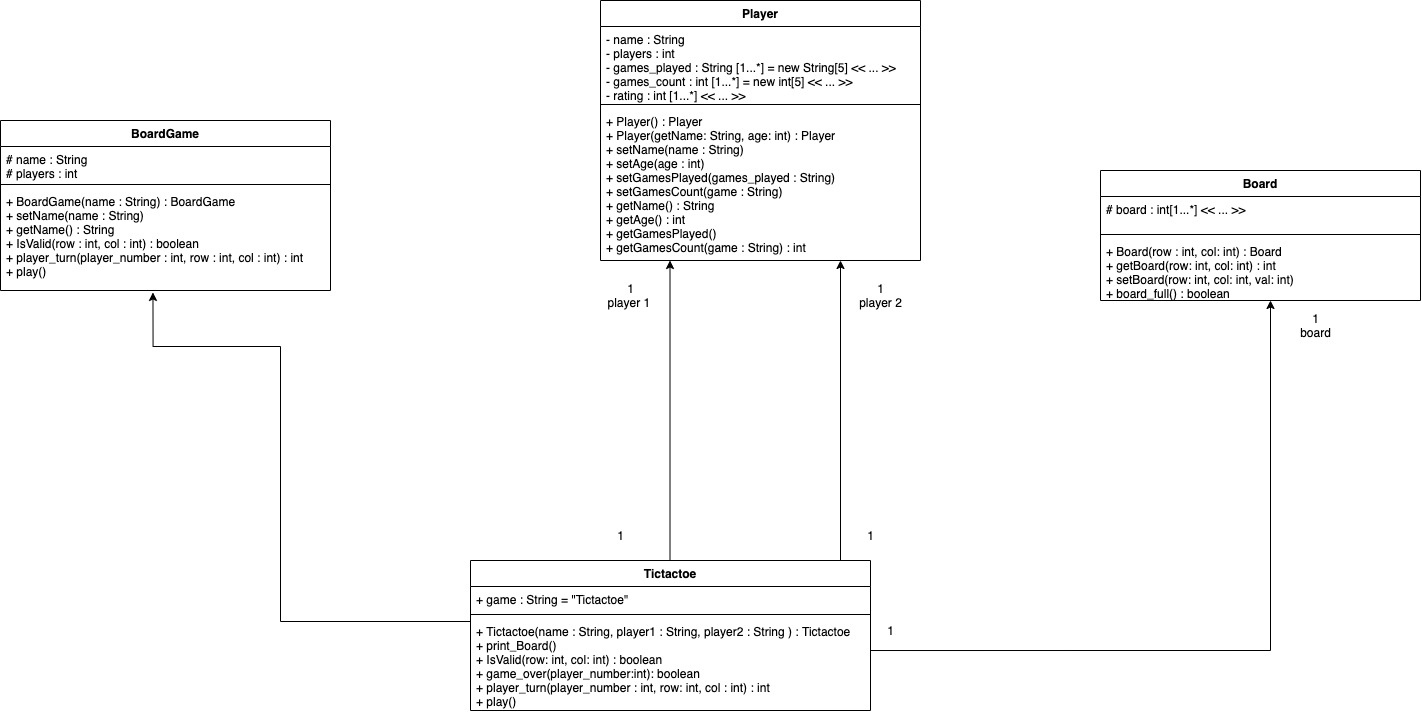
Before: UML_Updated.png, a diagram exported from draw.io (akshatg007/Domain_Model_ClassDiagram). Source tidied: cells renumbered, new cells last; positions are measured from the earlier drawing's top-left corner, leaving out a move shared by most shapes.
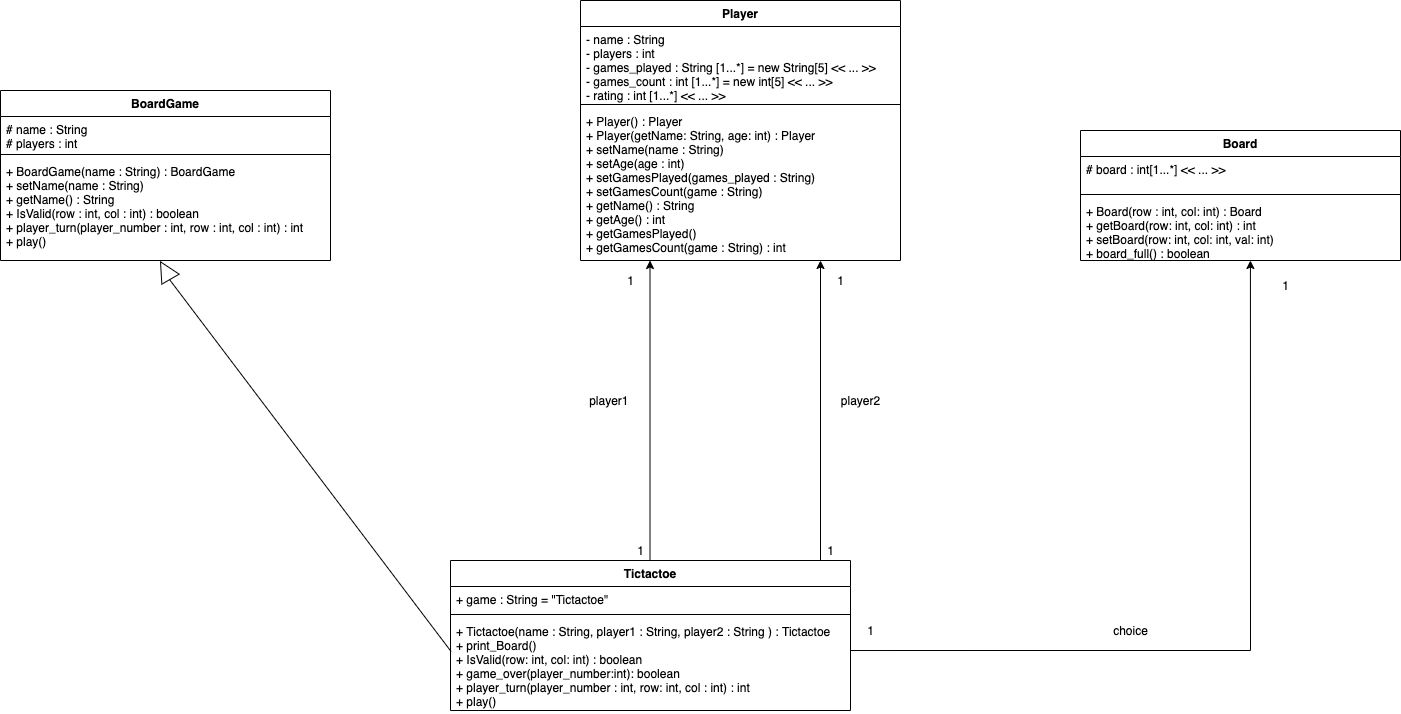
Above is the later version.

Diff of the diagram source:
```diff
@@ -3,7 +3,7 @@
     <mxCell id="0" />
     <mxCell id="1" parent="0" />
     <mxCell id="2" value="BoardGame" style="swimlane;fontStyle=1;align=center;verticalAlign=top;horizontal=1;startSize=26;" parent="1" vertex="1">
-      <mxGeometry y="120" width="330" height="170" as="geometry" />
+      <mxGeometry x="20" y="90" width="330" height="170" as="geometry" />
     </mxCell>
     <mxCell id="3" value="# name : String&#10;# players : int&#10;" style="text;strokeColor=none;fillColor=none;align=left;verticalAlign=top;spacingLeft=4;spacingRight=4;overflow=hidden;" parent="2" vertex="1">
       <mxGeometry y="26" width="330" height="34" as="geometry" />
@@ -39,7 +39,7 @@
       <mxGeometry y="108" width="320" height="152" as="geometry" />
     </mxCell>
     <mxCell id="14" value="Board" style="swimlane;fontStyle=1;align=center;verticalAlign=top;horizontal=1;startSize=26;" parent="1" vertex="1">
-      <mxGeometry x="1100" y="170" width="320" height="130" as="geometry" />
+      <mxGeometry x="1100" y="130" width="320" height="130" as="geometry" />
     </mxCell>
     <mxCell id="15" value="# board : int[1...*] &lt;&lt; ... &gt;&gt;" style="text;strokeColor=none;fillColor=none;align=left;verticalAlign=top;spacingLeft=4;spacingRight=4;overflow=hidden;" parent="14" vertex="1">
       <mxGeometry y="26" width="320" height="34" as="geometry" />
@@ -50,10 +50,8 @@
     <mxCell id="17" value="+ Board(row : int, col: int) : Board&#10;+ getBoard(row: int, col: int) : int&#10;+ setBoard(row: int, col: int, val: int) &#10;+ board_full() : boolean" style="text;strokeColor=none;fillColor=none;align=left;verticalAlign=top;spacingLeft=4;spacingRight=4;overflow=hidden;points=[[0,0.5],[1,0.5]];portConstraint=eastwest;" parent="14" vertex="1">
       <mxGeometry y="68" width="320" height="62" as="geometry" />
     </mxCell>
-    <mxCell id="18" style="endArrow=classic;html=1;rounded=0;edgeStyle=orthogonalEdgeStyle;exitX=1;exitY=0.348;exitDx=0;exitDy=0;exitPerimeter=0;" parent="1" edge="1" source="9">
-      <mxGeometry relative="1" as="geometry">
-        <mxPoint x="1270" y="300" as="targetPoint" />
-      </mxGeometry>
+    <mxCell id="18" style="endArrow=classic;html=1;rounded=0;edgeStyle=orthogonalEdgeStyle;exitX=1;exitY=0.348;exitDx=0;exitDy=0;exitPerimeter=0;entryX=0.531;entryY=1;entryDx=0;entryDy=0;entryPerimeter=0;" parent="1" edge="1" source="9" target="17">
+      <mxGeometry relative="1" as="geometry" />
     </mxCell>
     <mxCell id="19" style="endArrow=classic;html=1;rounded=0;edgeStyle=orthogonalEdgeStyle;" parent="1" edge="1">
       <mxGeometry relative="1" as="geometry">
@@ -68,33 +66,41 @@
         </Array>
       </mxGeometry>
     </mxCell>
-    <mxCell id="21" style="endArrow=classic;html=1;rounded=0;edgeStyle=orthogonalEdgeStyle;entryX=0.462;entryY=1.019;entryDx=0;entryDy=0;entryPerimeter=0;exitX=0;exitY=0.5;exitDx=0;exitDy=0;" parent="1" edge="1" source="9" target="5">
-      <mxGeometry relative="1" as="geometry">
-        <Array as="points">
-          <mxPoint x="470" y="621" />
-          <mxPoint x="280" y="621" />
-          <mxPoint x="280" y="346" />
-          <mxPoint x="153" y="346" />
-        </Array>
-      </mxGeometry>
-    </mxCell>
-    <mxCell id="22" value="1&lt;br&gt;player 1&amp;nbsp;" style="text;html=1;align=center;verticalAlign=middle;strokeColor=none;fillColor=none;" parent="1" vertex="1">
-      <mxGeometry x="600" y="280" width="60" height="30" as="geometry" />
+    <mxCell id="22" value="1&lt;br&gt;" style="text;html=1;align=center;verticalAlign=middle;strokeColor=none;fillColor=none;" parent="1" vertex="1">
+      <mxGeometry x="640" y="270" width="20" height="20" as="geometry" />
     </mxCell>
-    <mxCell id="23" value="1&lt;br&gt;player 2" style="text;html=1;align=center;verticalAlign=middle;strokeColor=none;fillColor=none;" parent="1" vertex="1">
-      <mxGeometry x="850" y="280" width="60" height="30" as="geometry" />
+    <mxCell id="23" value="1&lt;br&gt;" style="text;html=1;align=center;verticalAlign=middle;strokeColor=none;fillColor=none;" parent="1" vertex="1">
+      <mxGeometry x="850" y="270" width="20" height="20" as="geometry" />
     </mxCell>
-    <mxCell id="24" value="1&lt;br&gt;board" style="text;html=1;align=center;verticalAlign=middle;strokeColor=none;fillColor=none;" parent="1" vertex="1">
-      <mxGeometry x="1290" y="310" width="50" height="30" as="geometry" />
+    <mxCell id="24" value="1&lt;br&gt;" style="text;html=1;align=center;verticalAlign=middle;strokeColor=none;fillColor=none;" parent="1" vertex="1">
+      <mxGeometry x="1295" y="275" width="20" height="20" as="geometry" />
     </mxCell>
     <mxCell id="25" value="1" style="text;html=1;align=center;verticalAlign=middle;strokeColor=none;fillColor=none;" parent="1" vertex="1">
-      <mxGeometry x="610" y="525" width="20" height="20" as="geometry" />
+      <mxGeometry x="650" y="540" width="20" height="20" as="geometry" />
     </mxCell>
     <mxCell id="26" value="1" style="text;html=1;align=center;verticalAlign=middle;strokeColor=none;fillColor=none;" parent="1" vertex="1">
-      <mxGeometry x="860" y="525" width="20" height="20" as="geometry" />
+      <mxGeometry x="840" y="540" width="20" height="20" as="geometry" />
     </mxCell>
     <mxCell id="27" value="1" style="text;html=1;align=center;verticalAlign=middle;strokeColor=none;fillColor=none;" parent="1" vertex="1">
       <mxGeometry x="880" y="620" width="20" height="20" as="geometry" />
     </mxCell>
+    <mxCell id="28" style="triangle;whiteSpace=wrap;html=1;direction=north;rotation=-30;" parent="1" vertex="1">
+      <mxGeometry x="175" y="260" width="20" height="20" as="geometry" />
+    </mxCell>
+    <mxCell id="29" style="endArrow=none;html=1;rounded=0;entryX=0;entryY=0.5;entryDx=0;entryDy=0;exitX=0.004;exitY=0.37;exitDx=0;exitDy=0;exitPerimeter=0;" parent="1" edge="1">
+      <mxGeometry relative="1" as="geometry">
+        <mxPoint x="470.6" y="651" as="sourcePoint" />
+        <mxPoint x="189" y="279" as="targetPoint" />
+      </mxGeometry>
+    </mxCell>
+    <mxCell id="30" value="player1&amp;nbsp;" style="text;html=1;align=center;verticalAlign=middle;strokeColor=none;fillColor=none;" parent="1" vertex="1">
+      <mxGeometry x="600" y="390" width="60" height="20" as="geometry" />
+    </mxCell>
+    <mxCell id="31" value="player2" style="text;html=1;align=center;verticalAlign=middle;strokeColor=none;fillColor=none;" parent="1" vertex="1">
+      <mxGeometry x="855" y="390" width="50" height="20" as="geometry" />
+    </mxCell>
+    <mxCell id="32" value="choice" style="text;html=1;align=center;verticalAlign=middle;strokeColor=none;fillColor=none;" parent="1" vertex="1">
+      <mxGeometry x="1125" y="620" width="50" height="20" as="geometry" />
+    </mxCell>
   </root>
 </mxGraphModel>
```
